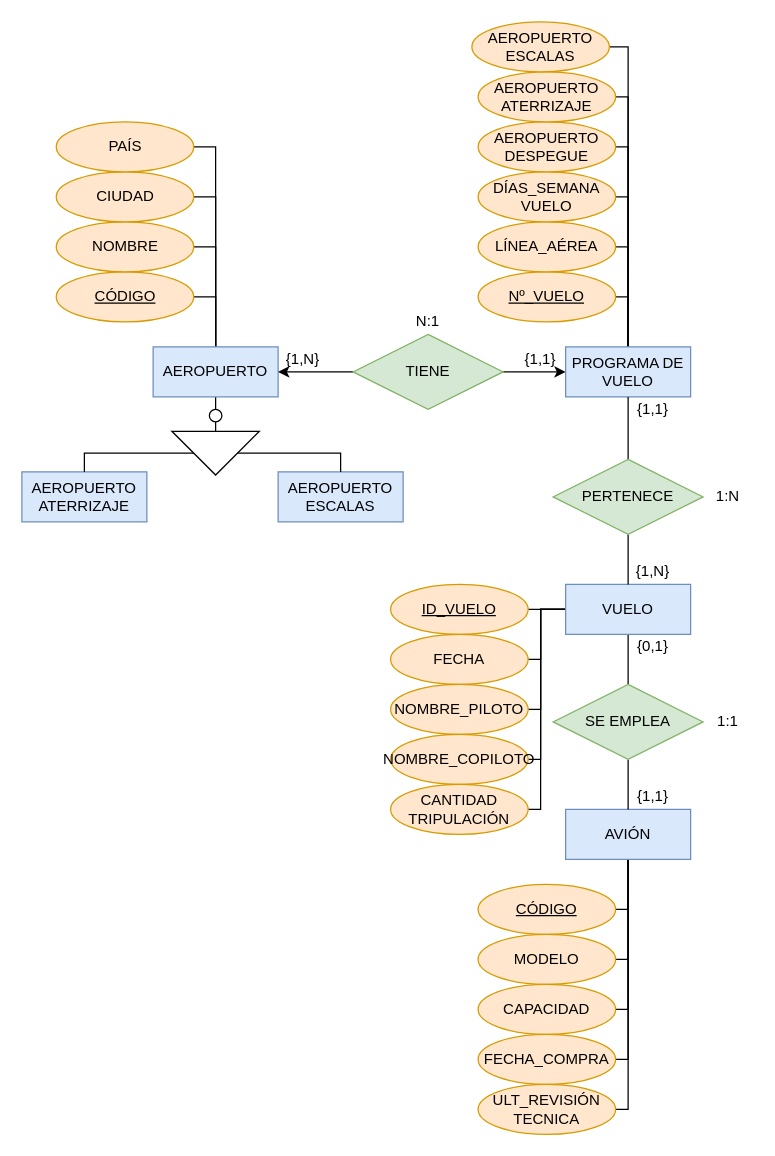
Before: Ejercicio1_Examen.drawio in Axel-Vicente/BBDD, a draw.io diagram. Source tidied: cells renumbered, new cells numbered last; positions are measured from the earlier drawing's top-left corner, leaving out a move shared by most shapes. Both pictures are drawn from the tidied source at 125%, with x=0, y=0 at pixel (21, 21).
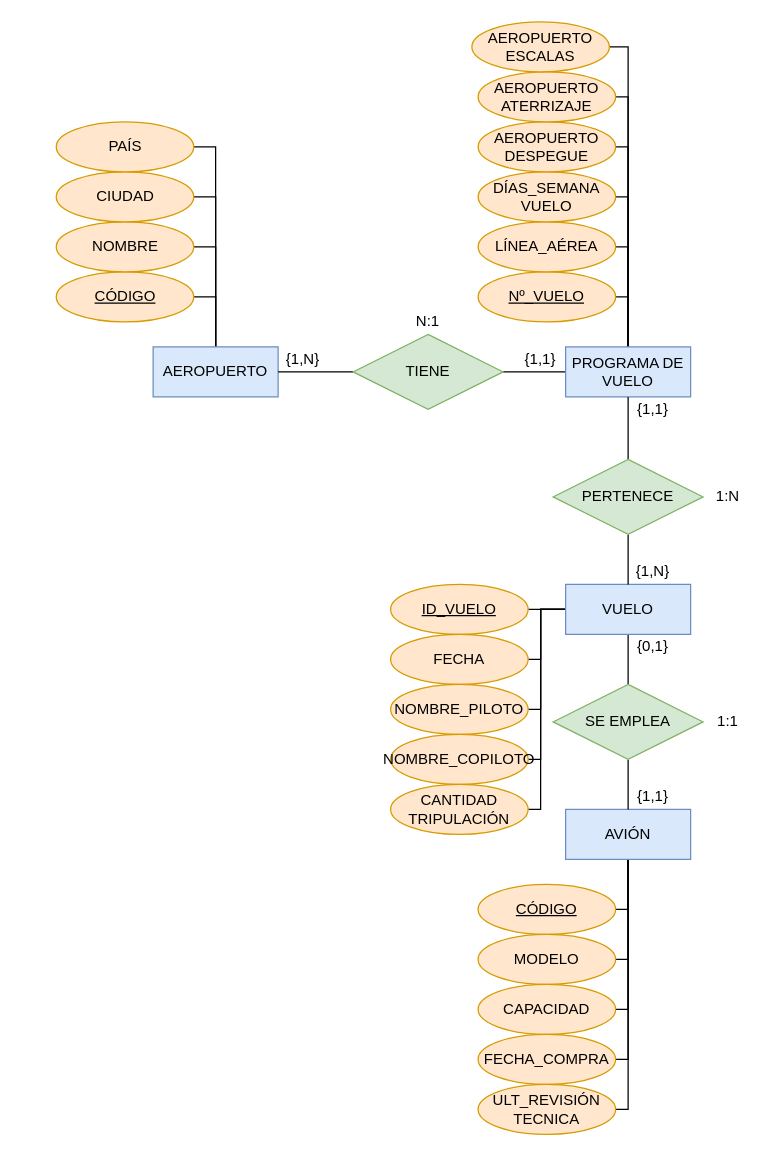
Above is the later version.

Unchanged cells that the change refers to:
```xml
<mxCell id="7" value="AEROPUERTO" style="whiteSpace=wrap;html=1;align=center;fillColor=#dae8fc;strokeColor=#6c8ebf;" parent="1" vertex="1">
  <mxGeometry x="105" y="260" width="100" height="40" as="geometry" />
</mxCell>
<mxCell id="10" value="TIENE" style="shape=rhombus;perimeter=rhombusPerimeter;whiteSpace=wrap;html=1;align=center;fillColor=#d5e8d4;strokeColor=#82b366;" parent="1" vertex="1">
  <mxGeometry x="265" y="250" width="120" height="60" as="geometry" />
</mxCell>
<mxCell id="20" value="PROGRAMA DE VUELO" style="whiteSpace=wrap;html=1;align=center;fillColor=#dae8fc;strokeColor=#6c8ebf;" parent="1" vertex="1">
  <mxGeometry x="435" y="260" width="100" height="40" as="geometry" />
</mxCell>
```

The edit, as a diff of the source:
```diff
@@
-    <mxCell id="2" style="edgeStyle=orthogonalEdgeStyle;rounded=0;jettySize=auto;html=1;exitX=0.5;exitY=1;exitDx=0;exitDy=0;entryX=0.5;entryY=0;entryDx=0;entryDy=0;endArrow=none;endFill=0;" parent="1" edge="1" source="7" target="28">
-      <mxGeometry relative="1" as="geometry" />
-    </mxCell>
@@
-    <mxCell id="8" style="edgeStyle=orthogonalEdgeStyle;rounded=0;jettySize=auto;html=1;exitX=0;exitY=0.5;exitDx=0;exitDy=0;" parent="1" edge="1" source="10" target="7">
+    <mxCell id="8" style="edgeStyle=orthogonalEdgeStyle;rounded=0;jettySize=auto;html=1;exitX=0;exitY=0.5;exitDx=0;exitDy=0;endArrow=none;endFill=0;" parent="1" edge="1" source="10" target="7">
       <mxGeometry relative="1" as="geometry" />
     </mxCell>
-    <mxCell id="9" style="edgeStyle=orthogonalEdgeStyle;rounded=0;jettySize=auto;html=1;exitX=1;exitY=0.5;exitDx=0;exitDy=0;" parent="1" edge="1" source="10" target="20">
+    <mxCell id="9" style="edgeStyle=orthogonalEdgeStyle;rounded=0;jettySize=auto;html=1;exitX=1;exitY=0.5;exitDx=0;exitDy=0;endArrow=none;endFill=0;" parent="1" edge="1" source="10" target="20">
       <mxGeometry relative="1" as="geometry" />
     </mxCell>
@@
-    <mxCell id="21" value="AEROPUERTO ATERRIZAJE" style="whiteSpace=wrap;html=1;align=center;fillColor=#dae8fc;strokeColor=#6c8ebf;" parent="1" vertex="1">
-      <mxGeometry y="360" width="100" height="40" as="geometry" />
-    </mxCell>
-    <mxCell id="22" value="AEROPUERTO ESCALAS" style="whiteSpace=wrap;html=1;align=center;fillColor=#dae8fc;strokeColor=#6c8ebf;" parent="1" vertex="1">
-      <mxGeometry x="205" y="360" width="100" height="40" as="geometry" />
-    </mxCell>
@@
-    <mxCell id="24" style="edgeStyle=orthogonalEdgeStyle;rounded=0;jettySize=auto;html=1;exitX=0.5;exitY=1;exitDx=0;exitDy=0;entryX=0.5;entryY=0;entryDx=0;entryDy=0;endArrow=none;endFill=0;" parent="1" edge="1" source="26" target="21">
-      <mxGeometry relative="1" as="geometry">
-        <Array as="points">
-          <mxPoint x="50" y="345" />
-        </Array>
-      </mxGeometry>
-    </mxCell>
-    <mxCell id="25" style="edgeStyle=orthogonalEdgeStyle;rounded=0;jettySize=auto;html=1;exitX=0.5;exitY=0;exitDx=0;exitDy=0;entryX=0.5;entryY=0;entryDx=0;entryDy=0;endArrow=none;endFill=0;" parent="1" edge="1" source="26" target="22">
-      <mxGeometry relative="1" as="geometry">
-        <Array as="points">
-          <mxPoint x="255" y="345" />
-        </Array>
-      </mxGeometry>
-    </mxCell>
-    <mxCell id="26" style="triangle;whiteSpace=wrap;html=1;rotation=90;" parent="1" vertex="1">
-      <mxGeometry x="137.5" y="310" width="35" height="70" as="geometry" />
-    </mxCell>
-    <mxCell id="27" style="edgeStyle=orthogonalEdgeStyle;rounded=0;jettySize=auto;html=1;exitX=0.5;exitY=1;exitDx=0;exitDy=0;entryX=0;entryY=0.5;entryDx=0;entryDy=0;endArrow=none;endFill=0;" parent="1" edge="1" source="28" target="26">
-      <mxGeometry relative="1" as="geometry" />
-    </mxCell>
-    <mxCell id="28" style="ellipse;whiteSpace=wrap;html=1;" parent="1" vertex="1">
-      <mxGeometry x="150" y="310" width="10" height="10" as="geometry" />
-    </mxCell>
```
